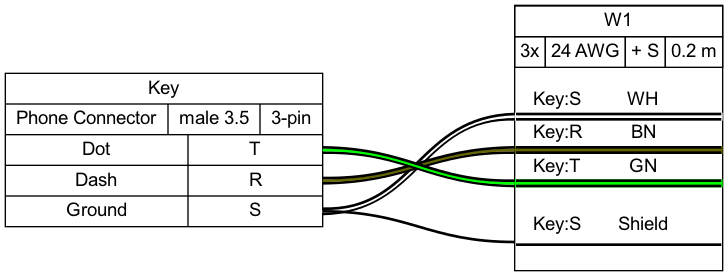
wireviz/WireViz keeps this Graphviz diagram as examples/ex08.png. Above is the earlier version. Its source is kept beside it as examples/ex08.gv.
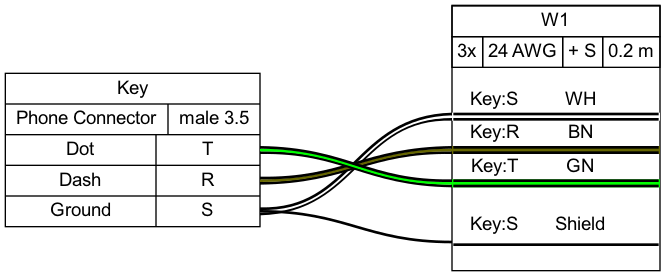
Above is the later version.

Diff of the diagram source:
```diff
@@ -2,7 +2,7 @@
 	graph [bgcolor=white fontname=arial nodesep=0.33 rankdir=LR ranksep=2]
 	node [fillcolor=white fontname=arial shape=record style=filled]
 	edge [fontname=arial style=bold]
-	Key [label="Key|{Phone Connector|male 3.5|3-pin}|{{Dot|Dash|Ground}|{<pTr>T|<pRr>R|<pSr>S}}"]
+	Key [label="Key|{Phone Connector|male 3.5}|{{Dot|Dash|Ground}|{<pTr>T|<pRr>R|<pSr>S}}"]
 	edge [color="#000000:#ffffff:#000000"]
 	Key:pSr:e -- W1:w1:w
 	edge [color="#000000:#666600:#000000"]
```
